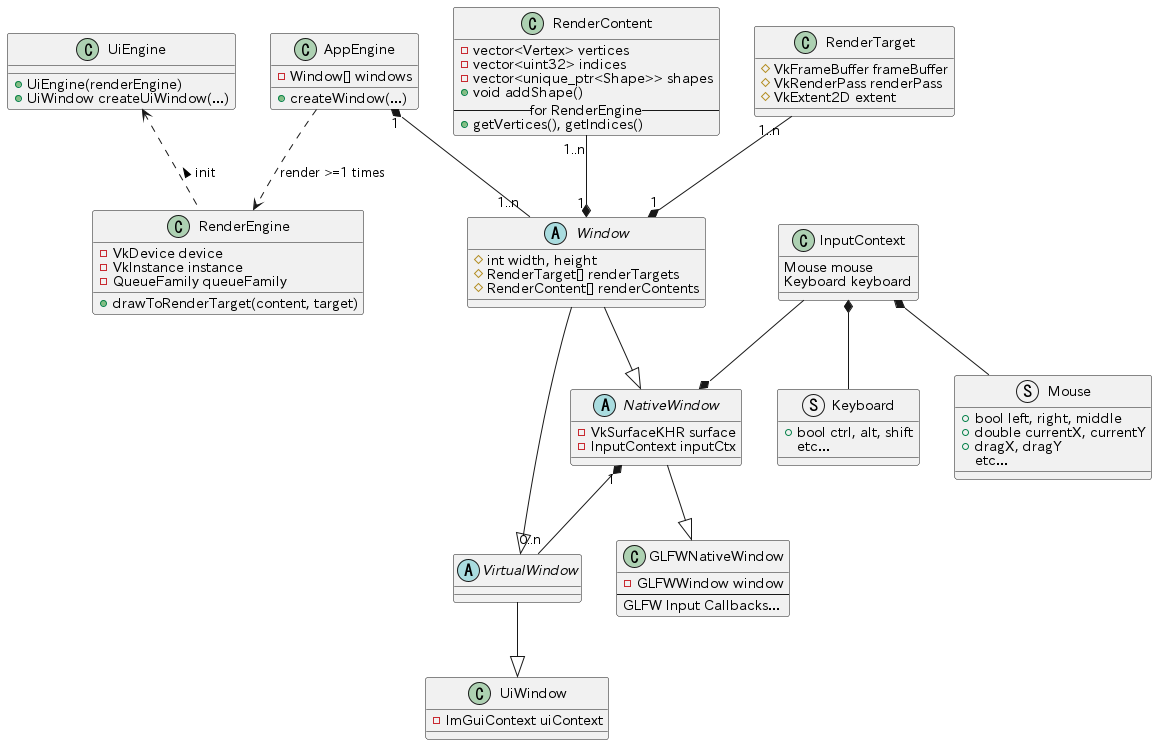
Above: uml/overall-structure.png in ikulab/ikulab-motion-viewer (PlantUML), before the change.
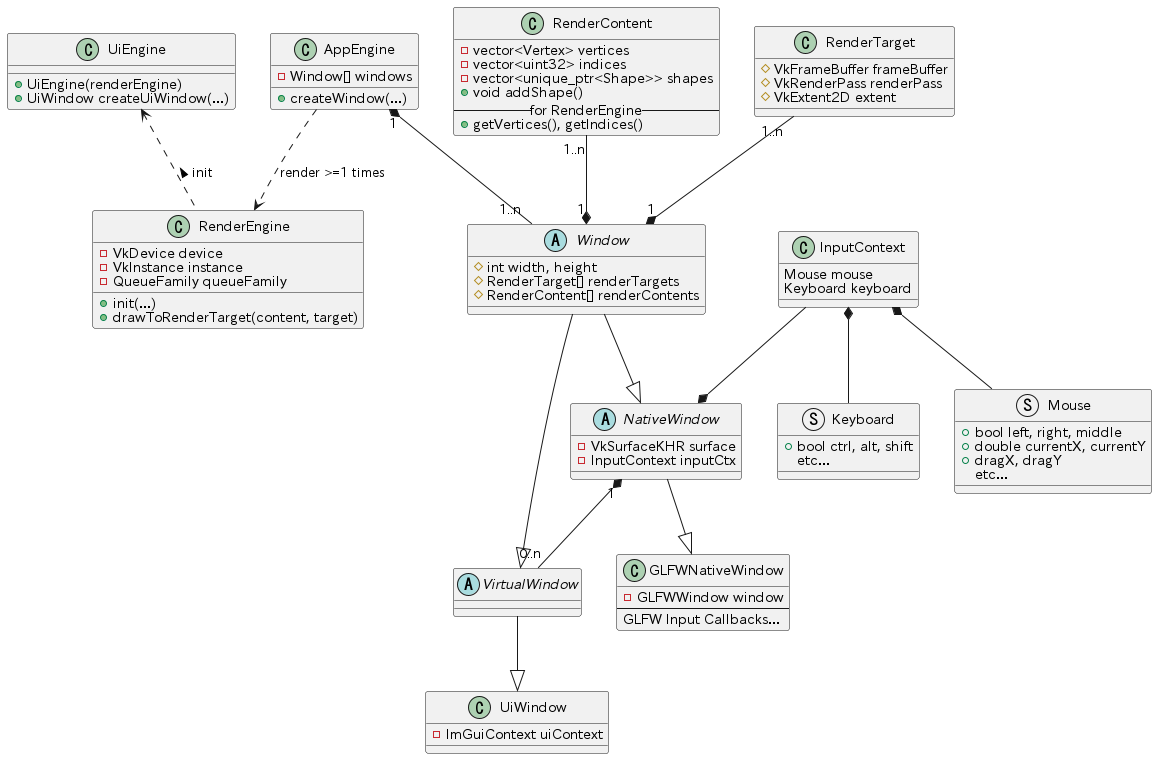
The same diagram one commit later.

The edit, as a diff of the source:
```diff
@@ -10,6 +10,7 @@
 	- VkInstance instance
 	- QueueFamily queueFamily
 
+	+ init(...)
 	+ drawToRenderTarget(content, target)
 }
 
```
